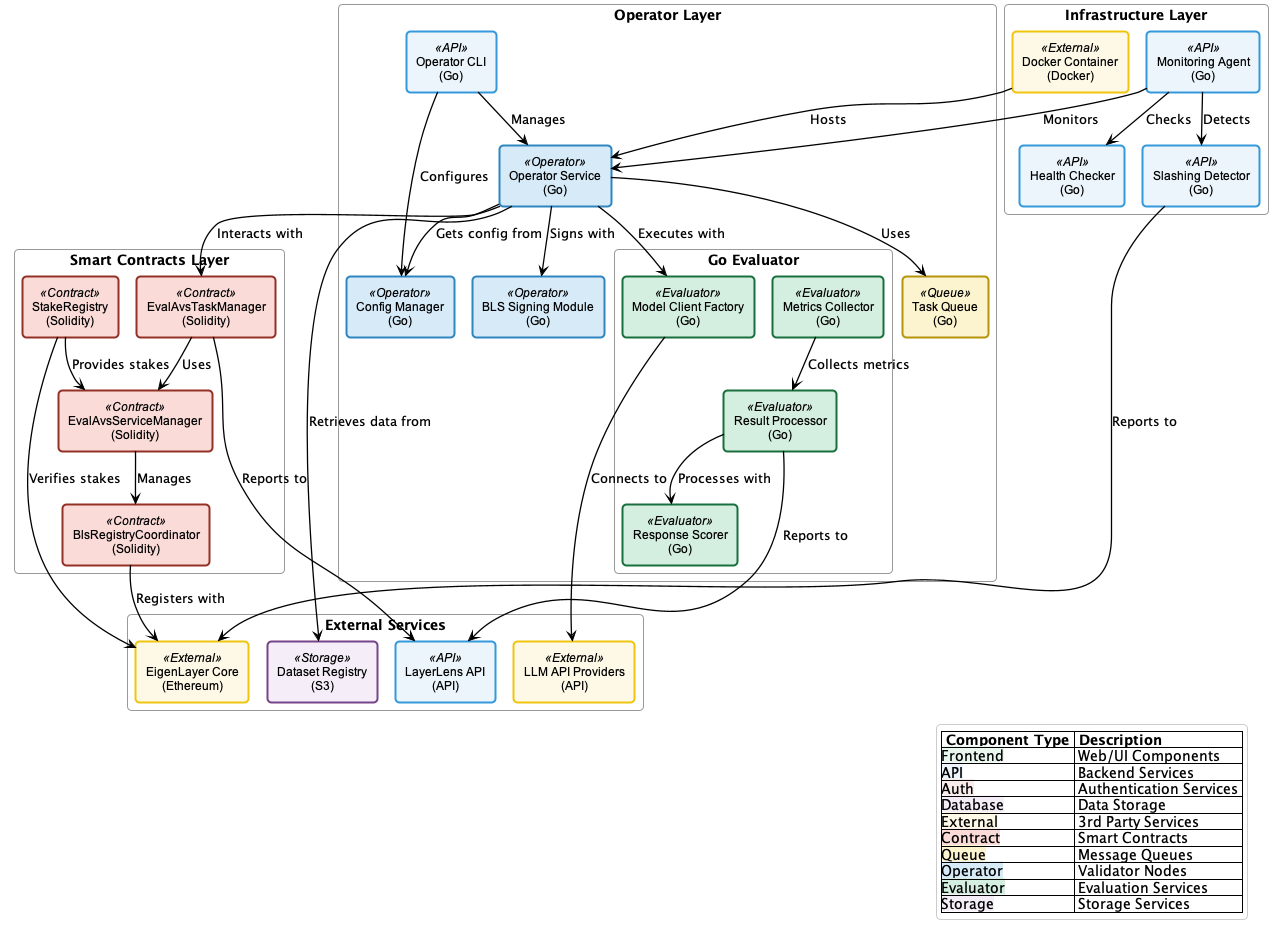
Before: custom-diagrams/diagrams/avs-architecture.png, a diagram exported from PlantUML (k-g-j/ll-sequence-diagrams).
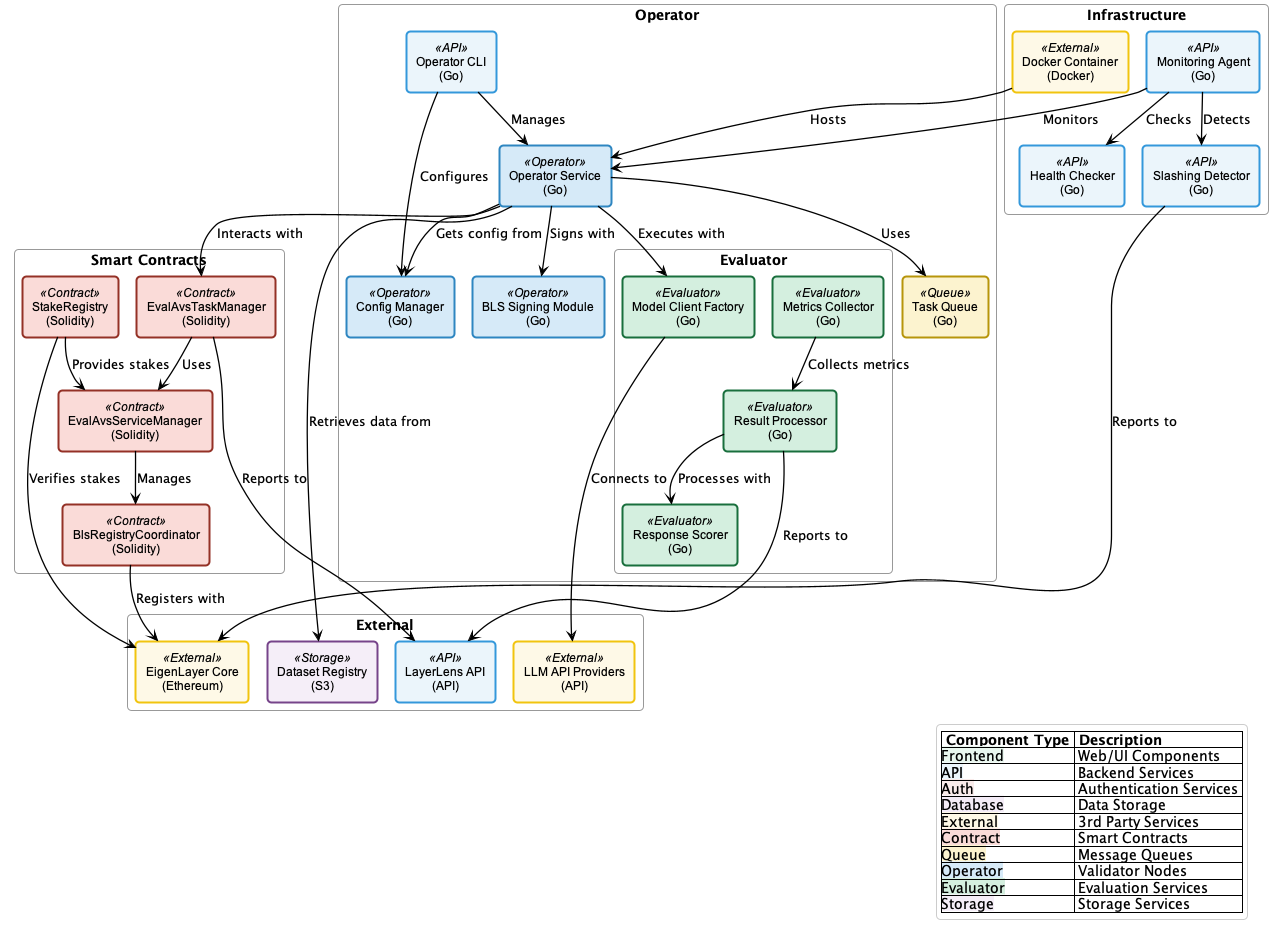
After the change.

Commit message:
Simplify package names in architecture diagrams

Change to the diagram source:
```diff
@@ -88,21 +88,21 @@
   BorderThickness 2
 }
 
-package "Smart Contracts Layer" {
+package "Smart Contracts" {
     [EvalAvsServiceManager\n(Solidity)] as service_manager <<Contract>>
     [EvalAvsTaskManager\n(Solidity)] as task_manager <<Contract>>
     [BlsRegistryCoordinator\n(Solidity)] as bls_registry <<Contract>>
     [StakeRegistry\n(Solidity)] as stake_registry <<Contract>>
 }
 
-package "Operator Layer" {
+package "Operator" {
     [Operator Service\n(Go)] as op_service <<Operator>>
     [Operator CLI\n(Go)] as op_cli <<API>>
     [Task Queue\n(Go)] as task_queue <<Queue>>
     [BLS Signing Module\n(Go)] as bls_signer <<Operator>>
     [Config Manager\n(Go)] as config_mgr <<Operator>>
 
-    package "Go Evaluator" {
+    package "Evaluator" {
         [Model Client Factory\n(Go)] as model_factory <<Evaluator>>
         [Response Scorer\n(Go)] as scorer <<Evaluator>>
         [Result Processor\n(Go)] as processor <<Evaluator>>
@@ -110,14 +110,14 @@
     }
 }
 
-package "Infrastructure Layer" {
+package "Infrastructure" {
     [Docker Container\n(Docker)] as docker <<External>>
     [Monitoring Agent\n(Go)] as monitor <<API>>
     [Health Checker\n(Go)] as health <<API>>
     [Slashing Detector\n(Go)] as slashing <<API>>
 }
 
-package "External Services" {
+package "External" {
     [EigenLayer Core\n(Ethereum)] as eigenlayer <<External>>
     [Dataset Registry\n(S3)] as s3 <<Storage>>
     [LLM API Providers\n(API)] as llm <<External>>
```
